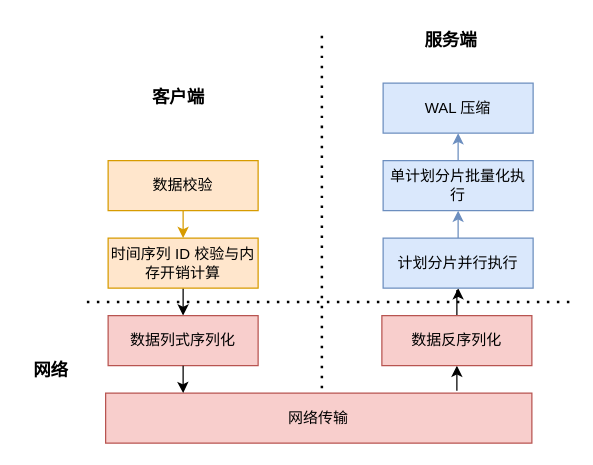
Earlier version of the draw.io diagram 设计图/新写入机制总览.drawio (THUMarkLau/thuthesis). Source tidied: cells renumbered, new cells numbered last; positions are measured from the earlier drawing's top-left corner, leaving out a move shared by most shapes. Both pictures are drawn from the tidied source at 125%, with x=0, y=0 at pixel (21, 21).
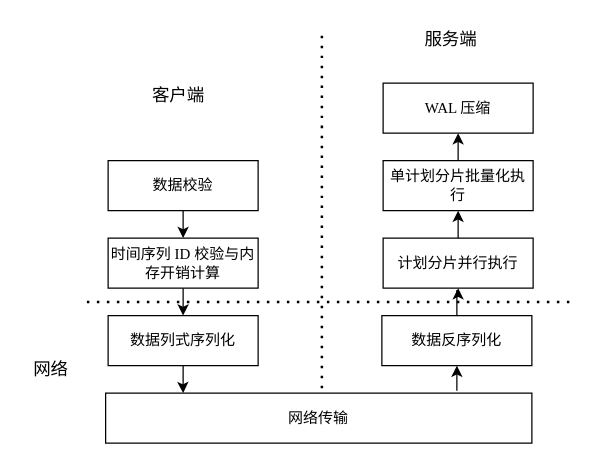
After the change.

What changed in the source:
```diff
@@
-    <mxCell id="2" style="edgeStyle=orthogonalEdgeStyle;rounded=0;jettySize=auto;html=1;entryX=0.5;entryY=0;entryDx=0;entryDy=0;fillColor=#ffe6cc;strokeColor=#d79b00;" parent="1" edge="1" source="3" target="5">
+    <mxCell id="2" style="edgeStyle=orthogonalEdgeStyle;rounded=0;jettySize=auto;html=1;entryX=0.5;entryY=0;entryDx=0;entryDy=0;fillColor=#ffe6cc;strokeColor=#000000;fontFamily=Times New Roman;" parent="1" edge="1" source="3" target="5">
       <mxGeometry relative="1" as="geometry" />
     </mxCell>
-    <mxCell id="3" value="数据校验" style="rounded=0;whiteSpace=wrap;html=1;fillColor=#ffe6cc;strokeColor=#d79b00;" parent="1" vertex="1">
+    <mxCell id="3" value="数据校验" style="rounded=0;whiteSpace=wrap;html=1;fillColor=default;strokeColor=#000000;fontFamily=Times New Roman;" parent="1" vertex="1">
       <mxGeometry x="69" y="111" width="120" height="40" as="geometry" />
     </mxCell>
-    <mxCell id="4" style="edgeStyle=orthogonalEdgeStyle;rounded=0;jettySize=auto;html=1;" parent="1" edge="1" source="5" target="6">
+    <mxCell id="4" style="edgeStyle=orthogonalEdgeStyle;rounded=0;jettySize=auto;html=1;fontFamily=Times New Roman;" parent="1" edge="1" source="5" target="6">
       <mxGeometry relative="1" as="geometry" />
     </mxCell>
-    <mxCell id="5" value="时间序列 ID 校验与内存开销计算" style="rounded=0;whiteSpace=wrap;html=1;fillColor=#ffe6cc;strokeColor=#d79b00;" parent="1" vertex="1">
+    <mxCell id="5" value="时间序列 ID 校验与内存开销计算" style="rounded=0;whiteSpace=wrap;html=1;fillColor=default;strokeColor=#000000;fontFamily=Times New Roman;" parent="1" vertex="1">
       <mxGeometry x="69" y="173" width="120" height="40" as="geometry" />
     </mxCell>
-    <mxCell id="6" value="数据列式序列化" style="rounded=0;whiteSpace=wrap;html=1;fillColor=#f8cecc;strokeColor=#b85450;" parent="1" vertex="1">
+    <mxCell id="6" value="数据列式序列化" style="rounded=0;whiteSpace=wrap;html=1;fillColor=none;strokeColor=#000000;fontFamily=Times New Roman;" parent="1" vertex="1">
       <mxGeometry x="69" y="235" width="120" height="40" as="geometry" />
     </mxCell>
-    <mxCell id="7" value="网络传输" style="rounded=0;whiteSpace=wrap;html=1;fillColor=#f8cecc;strokeColor=#b85450;" parent="1" vertex="1">
+    <mxCell id="7" value="网络传输" style="rounded=0;whiteSpace=wrap;html=1;fillColor=none;strokeColor=#000000;fontFamily=Times New Roman;" parent="1" vertex="1">
       <mxGeometry x="67" y="297" width="341" height="40" as="geometry" />
     </mxCell>
-    <mxCell id="8" style="edgeStyle=orthogonalEdgeStyle;rounded=0;jettySize=auto;html=1;startArrow=classic;startFill=1;endArrow=none;endFill=0;" parent="1" edge="1" source="10">
+    <mxCell id="8" style="edgeStyle=orthogonalEdgeStyle;rounded=0;jettySize=auto;html=1;startArrow=classic;startFill=1;endArrow=none;endFill=0;fontFamily=Times New Roman;" parent="1" edge="1" source="10">
       <mxGeometry relative="1" as="geometry">
         <mxPoint x="348" y="295" as="targetPoint" />
       </mxGeometry>
     </mxCell>
-    <mxCell id="9" style="edgeStyle=orthogonalEdgeStyle;rounded=0;jettySize=auto;html=1;" parent="1" edge="1" source="10" target="12">
+    <mxCell id="9" style="edgeStyle=orthogonalEdgeStyle;rounded=0;jettySize=auto;html=1;fontFamily=Times New Roman;" parent="1" edge="1" source="10" target="12">
       <mxGeometry relative="1" as="geometry" />
     </mxCell>
-    <mxCell id="10" value="数据反序列化" style="rounded=0;whiteSpace=wrap;html=1;fillColor=#f8cecc;strokeColor=#b85450;" parent="1" vertex="1">
+    <mxCell id="10" value="数据反序列化" style="rounded=0;whiteSpace=wrap;html=1;fillColor=none;strokeColor=#000000;fontFamily=Times New Roman;" parent="1" vertex="1">
       <mxGeometry x="288" y="235" width="120" height="40" as="geometry" />
     </mxCell>
-    <mxCell id="11" style="edgeStyle=orthogonalEdgeStyle;rounded=0;jettySize=auto;html=1;entryX=0.5;entryY=1;entryDx=0;entryDy=0;fillColor=#dae8fc;strokeColor=#6c8ebf;" parent="1" edge="1" source="12" target="14">
+    <mxCell id="11" style="edgeStyle=orthogonalEdgeStyle;rounded=0;jettySize=auto;html=1;entryX=0.5;entryY=1;entryDx=0;entryDy=0;fillColor=#dae8fc;strokeColor=#000000;fontFamily=Times New Roman;" parent="1" edge="1" source="12" target="14">
       <mxGeometry relative="1" as="geometry" />
     </mxCell>
-    <mxCell id="12" value="计划分片并行执行" style="rounded=0;whiteSpace=wrap;html=1;fillColor=#dae8fc;strokeColor=#6c8ebf;" parent="1" vertex="1">
+    <mxCell id="12" value="计划分片并行执行" style="rounded=0;whiteSpace=wrap;html=1;fillColor=none;strokeColor=#000000;fontFamily=Times New Roman;" parent="1" vertex="1">
       <mxGeometry x="289" y="173" width="120" height="40" as="geometry" />
     </mxCell>
-    <mxCell id="13" style="edgeStyle=orthogonalEdgeStyle;rounded=0;jettySize=auto;html=1;fillColor=#dae8fc;strokeColor=#6c8ebf;" parent="1" edge="1" source="14" target="15">
+    <mxCell id="13" style="edgeStyle=orthogonalEdgeStyle;rounded=0;jettySize=auto;html=1;fillColor=#dae8fc;strokeColor=#000000;fontFamily=Times New Roman;" parent="1" edge="1" source="14" target="15">
       <mxGeometry relative="1" as="geometry" />
     </mxCell>
-    <mxCell id="14" value="单计划分片批量化执行" style="rounded=0;whiteSpace=wrap;html=1;fillColor=#dae8fc;strokeColor=#6c8ebf;" parent="1" vertex="1">
+    <mxCell id="14" value="单计划分片批量化执行" style="rounded=0;whiteSpace=wrap;html=1;fillColor=none;strokeColor=#000000;fontFamily=Times New Roman;" parent="1" vertex="1">
       <mxGeometry x="289" y="111" width="120" height="40" as="geometry" />
     </mxCell>
-    <mxCell id="15" value="WAL 压缩" style="rounded=0;whiteSpace=wrap;html=1;fillColor=#dae8fc;strokeColor=#6c8ebf;" parent="1" vertex="1">
+    <mxCell id="15" value="WAL 压缩" style="rounded=0;whiteSpace=wrap;html=1;fillColor=none;strokeColor=#000000;fontFamily=Times New Roman;" parent="1" vertex="1">
       <mxGeometry x="289" y="49" width="120" height="40" as="geometry" />
     </mxCell>
-    <mxCell id="16" style="edgeStyle=orthogonalEdgeStyle;rounded=0;jettySize=auto;html=1;entryX=0.182;entryY=0;entryDx=0;entryDy=0;entryPerimeter=0;" parent="1" edge="1" source="6" target="7">
+    <mxCell id="16" style="edgeStyle=orthogonalEdgeStyle;rounded=0;jettySize=auto;html=1;entryX=0.182;entryY=0;entryDx=0;entryDy=0;entryPerimeter=0;fontFamily=Times New Roman;" parent="1" edge="1" source="6" target="7">
       <mxGeometry relative="1" as="geometry" />
     </mxCell>
-    <mxCell id="17" style="endArrow=none;dashed=1;html=1;dashPattern=1 3;strokeWidth=2;rounded=0;" parent="1" edge="1">
+    <mxCell id="17" style="endArrow=none;dashed=1;html=1;dashPattern=1 3;strokeWidth=2;rounded=0;fontFamily=Times New Roman;" parent="1" edge="1">
       <mxGeometry relative="1" as="geometry">
         <mxPoint x="52" y="224" as="sourcePoint" />
         <mxPoint x="438" y="224" as="targetPoint" />
       </mxGeometry>
     </mxCell>
-    <mxCell id="18" style="endArrow=none;dashed=1;html=1;dashPattern=1 3;strokeWidth=2;rounded=0;" parent="1" edge="1">
+    <mxCell id="18" style="endArrow=none;dashed=1;html=1;dashPattern=1 3;strokeWidth=2;rounded=0;fontFamily=Times New Roman;" parent="1" edge="1">
       <mxGeometry relative="1" as="geometry">
         <mxPoint x="240" y="11" as="sourcePoint" />
         <mxPoint x="240" y="295" as="targetPoint" />
       </mxGeometry>
     </mxCell>
-    <mxCell id="19" value="&lt;font style=&quot;font-size: 14px;&quot;&gt;&lt;b&gt;客户端&lt;/b&gt;&lt;/font&gt;" style="text;html=1;align=center;verticalAlign=middle;strokeColor=none;fillColor=none;" parent="1" vertex="1">
+    <mxCell id="19" value="&lt;font style=&quot;font-size: 14px;&quot;&gt;&lt;span&gt;客户端&lt;/span&gt;&lt;/font&gt;" style="text;html=1;align=center;verticalAlign=middle;strokeColor=none;fillColor=none;fontStyle=0;fontFamily=Times New Roman;" parent="1" vertex="1">
       <mxGeometry x="95" y="45" width="60" height="29" as="geometry" />
     </mxCell>
-    <mxCell id="20" value="&lt;font style=&quot;font-size: 14px;&quot;&gt;&lt;b&gt;网络&lt;/b&gt;&lt;/font&gt;" style="text;html=1;align=center;verticalAlign=middle;strokeColor=none;fillColor=none;" parent="1" vertex="1">
+    <mxCell id="20" value="&lt;font style=&quot;font-size: 14px;&quot;&gt;&lt;span&gt;网络&lt;/span&gt;&lt;/font&gt;" style="text;html=1;align=center;verticalAlign=middle;strokeColor=none;fillColor=none;fontStyle=0;fontFamily=Times New Roman;" parent="1" vertex="1">
       <mxGeometry y="264" width="46" height="29" as="geometry" />
     </mxCell>
-    <mxCell id="21" value="&lt;font style=&quot;font-size: 14px;&quot;&gt;&lt;b&gt;服务端&lt;/b&gt;&lt;/font&gt;" style="text;html=1;align=center;verticalAlign=middle;strokeColor=none;fillColor=none;" parent="1" vertex="1">
+    <mxCell id="21" value="&lt;font style=&quot;font-size: 14px;&quot;&gt;&lt;span&gt;服务端&lt;/span&gt;&lt;/font&gt;" style="text;html=1;align=center;verticalAlign=middle;strokeColor=none;fillColor=none;fontStyle=0;fontFamily=Times New Roman;" parent="1" vertex="1">
       <mxGeometry x="313" width="60" height="29" as="geometry" />
     </mxCell>
```
